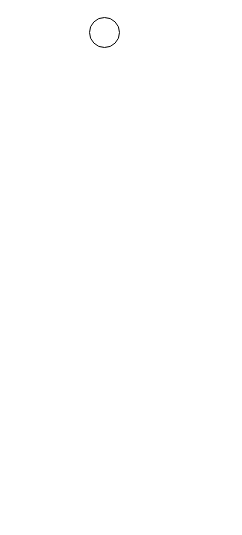
Above: Untitled Diagram.drawio in krisnajulian/krisnajulian (draw.io), before the change. Source tidied: cells renumbered, new cells numbered last; positions are measured from the earlier drawing's top-left corner, leaving out a move shared by most shapes. Both pictures are drawn from the tidied source at 100%, with x=0, y=0 at pixel (89, 17).
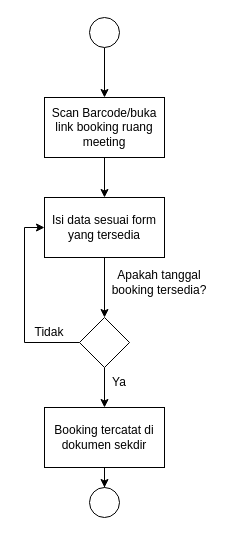
The same page after the edit.

Diff of the diagram source:
```diff
@@
 <mxGraphModel>
   <root>
     <mxCell id="0" />
     <mxCell id="1" parent="0" />
+    <mxCell id="3" style="edgeStyle=orthogonalEdgeStyle;rounded=0;jettySize=auto;html=1;" parent="1" edge="1" source="2" target="5">
+      <mxGeometry relative="1" as="geometry" />
+    </mxCell>
     <mxCell id="2" style="ellipse;whiteSpace=wrap;html=1;" parent="1" vertex="1">
       <mxGeometry width="30" height="30" as="geometry" />
     </mxCell>
+    <mxCell id="4" style="edgeStyle=orthogonalEdgeStyle;rounded=0;jettySize=auto;html=1;entryX=0.5;entryY=0;entryDx=0;entryDy=0;" parent="1" edge="1" source="5" target="7">
+      <mxGeometry relative="1" as="geometry" />
+    </mxCell>
+    <mxCell id="5" value="Scan Barcode/buka link booking ruang meeting" style="rounded=0;whiteSpace=wrap;html=1;" parent="1" vertex="1">
+      <mxGeometry x="-45" y="80" width="120" height="60" as="geometry" />
+    </mxCell>
+    <mxCell id="6" style="edgeStyle=orthogonalEdgeStyle;rounded=0;jettySize=auto;html=1;" parent="1" edge="1" source="7" target="10">
+      <mxGeometry relative="1" as="geometry" />
+    </mxCell>
+    <mxCell id="7" value="Isi data sesuai form yang tersedia" style="rounded=0;whiteSpace=wrap;html=1;" parent="1" vertex="1">
+      <mxGeometry x="-45" y="180" width="120" height="60" as="geometry" />
+    </mxCell>
+    <mxCell id="8" style="edgeStyle=orthogonalEdgeStyle;rounded=0;jettySize=auto;html=1;" parent="1" edge="1" source="10">
+      <mxGeometry relative="1" as="geometry">
+        <mxPoint x="-45" y="210" as="targetPoint" />
+        <Array as="points">
+          <mxPoint x="-65" y="325" />
+          <mxPoint x="-65" y="210" />
+        </Array>
+      </mxGeometry>
+    </mxCell>
+    <mxCell id="9" style="edgeStyle=orthogonalEdgeStyle;rounded=0;jettySize=auto;html=1;entryX=0.5;entryY=0;entryDx=0;entryDy=0;" parent="1" edge="1" source="10" target="14">
+      <mxGeometry relative="1" as="geometry" />
+    </mxCell>
+    <mxCell id="10" style="rhombus;whiteSpace=wrap;html=1;" parent="1" vertex="1">
+      <mxGeometry x="-10" y="300" width="50" height="50" as="geometry" />
+    </mxCell>
+    <mxCell id="11" value="Apakah tanggal booking tersedia?" style="text;html=1;strokeColor=none;fillColor=none;align=center;verticalAlign=middle;whiteSpace=wrap;rounded=0;" parent="1" vertex="1">
+      <mxGeometry x="5" y="250" width="130" height="30" as="geometry" />
+    </mxCell>
+    <mxCell id="12" value="Tidak" style="text;html=1;strokeColor=none;fillColor=none;align=center;verticalAlign=middle;whiteSpace=wrap;rounded=0;" parent="1" vertex="1">
+      <mxGeometry x="-70" y="300" width="60" height="30" as="geometry" />
+    </mxCell>
+    <mxCell id="13" style="edgeStyle=orthogonalEdgeStyle;rounded=0;jettySize=auto;html=1;" parent="1" edge="1" source="14" target="16">
+      <mxGeometry relative="1" as="geometry" />
+    </mxCell>
+    <mxCell id="14" value="Booking tercatat di dokumen sekdir" style="rounded=0;whiteSpace=wrap;html=1;" parent="1" vertex="1">
+      <mxGeometry x="-45" y="390" width="120" height="60" as="geometry" />
+    </mxCell>
+    <mxCell id="15" value="Ya" style="text;html=1;strokeColor=none;fillColor=none;align=center;verticalAlign=middle;whiteSpace=wrap;rounded=0;" parent="1" vertex="1">
+      <mxGeometry y="350" width="60" height="30" as="geometry" />
+    </mxCell>
+    <mxCell id="16" style="ellipse;whiteSpace=wrap;html=1;" parent="1" vertex="1">
+      <mxGeometry y="470" width="30" height="30" as="geometry" />
+    </mxCell>
   </root>
 </mxGraphModel>
```
